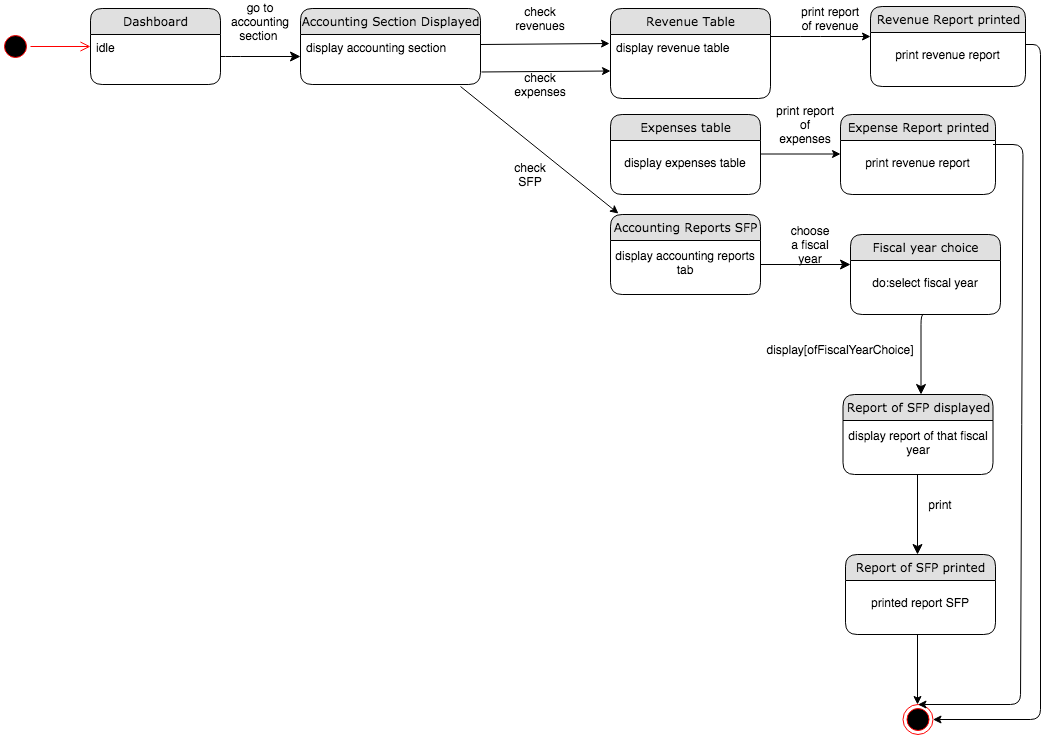
Before: Diagrams/State Chart Diagrams FINAL/ST_21_22_24_25 VIEW PRINT REVENUES,EXPENSE,ACCOUNTING REPORTS.png, a diagram exported from draw.io (kkasharaj17/SE-project). Source tidied: cells renumbered, new cells last; positions are measured from the earlier drawing's top-left corner, leaving out a move shared by most shapes.
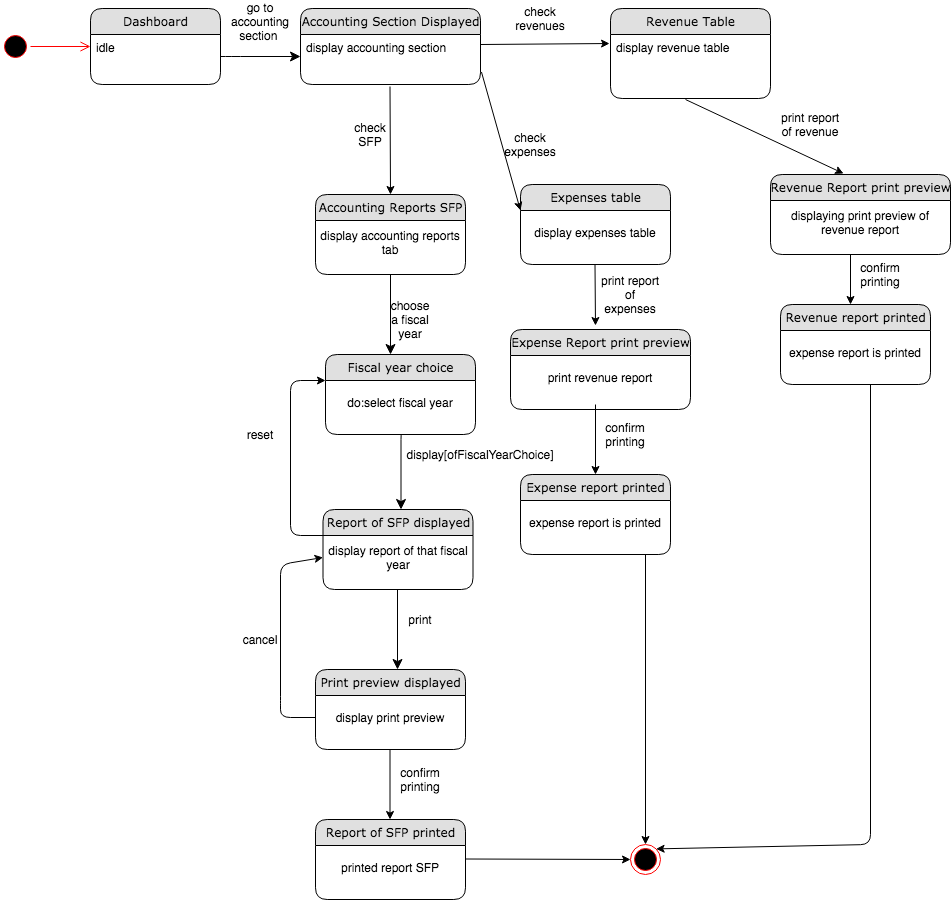
After the commit.

Change to the diagram source:
```diff
@@ -31,10 +31,4 @@
     </mxCell>
-    <mxCell id="8" style="endArrow=classic;html=1;" parent="1" edge="1">
-      <mxGeometry relative="1" as="geometry">
-        <mxPoint x="770" y="30" as="sourcePoint" />
-        <mxPoint x="870" y="30" as="targetPoint" />
-        <Array as="points">
-          <mxPoint x="810" y="30" />
-        </Array>
-      </mxGeometry>
+    <mxCell id="8" style="endArrow=classic;html=1;entryX=0.406;entryY=-0.012;entryDx=0;entryDy=0;entryPerimeter=0;exitX=0.469;exitY=1.016;exitDx=0;exitDy=0;exitPerimeter=0;" parent="1" edge="1" source="14" target="28">
+      <mxGeometry relative="1" as="geometry" />
     </mxCell>
@@ -58,11 +52,22 @@
     </mxCell>
+    <mxCell id="23" value="Expenses table" style="swimlane;html=1;fontStyle=0;horizontal=1;startSize=26;fillColor=#e0e0e0;swimlaneFillColor=#ffffff;align=center;rounded=1;shadow=0;comic=0;labelBackgroundColor=none;strokeWidth=1;fontFamily=Verdana;fontSize=12;" parent="1" vertex="1">
+      <mxGeometry x="520" y="178" width="150" height="80" as="geometry" />
+    </mxCell>
+    <mxCell id="24" value="display expenses table" style="text;html=1;strokeColor=none;fillColor=none;align=center;verticalAlign=middle;whiteSpace=wrap;rounded=0;" parent="23" vertex="1">
+      <mxGeometry y="26" width="150" height="44" as="geometry" />
+    </mxCell>
+    <mxCell id="28" value="Revenue Report print preview" style="swimlane;html=1;fontStyle=0;horizontal=1;startSize=26;fillColor=#e0e0e0;swimlaneFillColor=#ffffff;align=center;rounded=1;shadow=0;comic=0;labelBackgroundColor=none;strokeWidth=1;fontFamily=Verdana;fontSize=12;" parent="1" vertex="1">
+      <mxGeometry x="770" y="168" width="180" height="80" as="geometry" />
+    </mxCell>
+    <mxCell id="46" value="displaying print preview of revenue report" style="text;html=1;strokeColor=none;fillColor=none;align=center;verticalAlign=middle;whiteSpace=wrap;rounded=0;" parent="28" vertex="1">
+      <mxGeometry y="26" width="180" height="44" as="geometry" />
+    </mxCell>
     <mxCell id="15" style="ellipse;html=1;shape=endState;fillColor=#000000;strokeColor=#ff0000;" parent="1" vertex="1">
-      <mxGeometry x="902.5" y="698" width="30" height="30" as="geometry" />
+      <mxGeometry x="630" y="838" width="30" height="30" as="geometry" />
     </mxCell>
-    <mxCell id="16" style="edgeStyle=orthogonalEdgeStyle;html=1;labelBackgroundColor=none;startFill=0;startSize=8;endFill=1;endSize=8;fontFamily=Verdana;fontSize=12;" parent="1" edge="1">
+    <mxCell id="16" style="edgeStyle=orthogonalEdgeStyle;html=1;labelBackgroundColor=none;startFill=0;startSize=8;endFill=1;endSize=8;fontFamily=Verdana;fontSize=12;exitX=0.5;exitY=1;exitDx=0;exitDy=0;" parent="1" edge="1" source="25">
       <mxGeometry relative="1" as="geometry">
-        <mxPoint x="760" y="258" as="sourcePoint" />
-        <mxPoint x="850" y="258" as="targetPoint" />
+        <mxPoint x="390" y="348" as="targetPoint" />
         <Array as="points">
-          <mxPoint x="760" y="258" />
+          <mxPoint x="390" y="348" />
         </Array>
@@ -71,3 +76,3 @@
     <mxCell id="17" value="print report of revenue" style="text;html=1;strokeColor=none;fillColor=none;align=center;verticalAlign=middle;whiteSpace=wrap;rounded=0;" parent="1" vertex="1">
-      <mxGeometry x="800" y="2" width="60" height="20" as="geometry" />
+      <mxGeometry x="780" y="108" width="60" height="20" as="geometry" />
     </mxCell>
@@ -75,4 +80,4 @@
       <mxGeometry relative="1" as="geometry">
-        <mxPoint x="760" y="147.5" as="sourcePoint" />
-        <mxPoint x="840" y="147.5" as="targetPoint" />
+        <mxPoint x="594.5" y="258" as="sourcePoint" />
+        <mxPoint x="595" y="319" as="targetPoint" />
       </mxGeometry>
@@ -81,6 +86,6 @@
       <mxGeometry relative="1" as="geometry">
-        <mxPoint x="917" y="498" as="sourcePoint" />
-        <mxPoint x="917" y="548" as="targetPoint" />
+        <mxPoint x="397" y="613" as="sourcePoint" />
+        <mxPoint x="397" y="663" as="targetPoint" />
         <Array as="points">
-          <mxPoint x="917" y="458" />
+          <mxPoint x="397" y="573" />
         </Array>
@@ -89,53 +94,22 @@
     <mxCell id="20" value="choose a fiscal year" style="text;html=1;strokeColor=none;fillColor=none;align=center;verticalAlign=middle;whiteSpace=wrap;rounded=0;" parent="1" vertex="1">
-      <mxGeometry x="790" y="228" width="40" height="20" as="geometry" />
+      <mxGeometry x="390" y="303" width="40" height="20" as="geometry" />
     </mxCell>
     <mxCell id="21" value="check expenses" style="text;html=1;strokeColor=none;fillColor=none;align=center;verticalAlign=middle;whiteSpace=wrap;rounded=0;" parent="1" vertex="1">
-      <mxGeometry x="520" y="68" width="40" height="20" as="geometry" />
+      <mxGeometry x="510" y="128" width="40" height="20" as="geometry" />
     </mxCell>
-    <mxCell id="22" style="endArrow=classic;html=1;entryX=-0.006;entryY=0.141;entryDx=0;entryDy=0;entryPerimeter=0;" parent="1" edge="1">
+    <mxCell id="22" style="endArrow=classic;html=1;entryX=0;entryY=0;entryDx=0;entryDy=0;" parent="1" edge="1" target="24">
       <mxGeometry relative="1" as="geometry">
         <mxPoint x="481" y="65.5" as="sourcePoint" />
-        <mxPoint x="610" y="64.5" as="targetPoint" />
       </mxGeometry>
     </mxCell>
-    <mxCell id="23" value="Expenses table" style="swimlane;html=1;fontStyle=0;horizontal=1;startSize=26;fillColor=#e0e0e0;swimlaneFillColor=#ffffff;align=center;rounded=1;shadow=0;comic=0;labelBackgroundColor=none;strokeWidth=1;fontFamily=Verdana;fontSize=12;" parent="1" vertex="1">
-      <mxGeometry x="610" y="108" width="150" height="80" as="geometry" />
-    </mxCell>
-    <mxCell id="24" value="display expenses table" style="text;html=1;strokeColor=none;fillColor=none;align=center;verticalAlign=middle;whiteSpace=wrap;rounded=0;" parent="23" vertex="1">
-      <mxGeometry y="26" width="150" height="44" as="geometry" />
-    </mxCell>
-    <mxCell id="25" value="Accounting Reports SFP" style="swimlane;html=1;fontStyle=0;horizontal=1;startSize=26;fillColor=#e0e0e0;swimlaneFillColor=#ffffff;align=center;rounded=1;shadow=0;comic=0;labelBackgroundColor=none;strokeWidth=1;fontFamily=Verdana;fontSize=12;" parent="1" vertex="1">
-      <mxGeometry x="610" y="208" width="150" height="80" as="geometry" />
-    </mxCell>
-    <mxCell id="26" value="display accounting reports tab" style="text;html=1;strokeColor=none;fillColor=none;align=center;verticalAlign=middle;whiteSpace=wrap;rounded=0;" parent="25" vertex="1">
-      <mxGeometry y="26" width="150" height="44" as="geometry" />
-    </mxCell>
     <mxCell id="27" value="print report of expenses" style="text;html=1;strokeColor=none;fillColor=none;align=center;verticalAlign=middle;whiteSpace=wrap;rounded=0;" parent="1" vertex="1">
-      <mxGeometry x="775" y="108" width="60" height="20" as="geometry" />
+      <mxGeometry x="600" y="278" width="60" height="20" as="geometry" />
     </mxCell>
-    <mxCell id="28" value="Revenue Report printed" style="swimlane;html=1;fontStyle=0;horizontal=1;startSize=26;fillColor=#e0e0e0;swimlaneFillColor=#ffffff;align=center;rounded=1;shadow=0;comic=0;labelBackgroundColor=none;strokeWidth=1;fontFamily=Verdana;fontSize=12;" parent="1" vertex="1">
-      <mxGeometry x="870" width="155" height="80" as="geometry" />
-    </mxCell>
-    <mxCell id="29" value="print revenue report" style="text;html=1;strokeColor=none;fillColor=none;align=center;verticalAlign=middle;whiteSpace=wrap;rounded=0;" parent="28" vertex="1">
-      <mxGeometry y="26" width="155" height="44" as="geometry" />
-    </mxCell>
-    <mxCell id="30" value="Expense Report printed" style="swimlane;html=1;fontStyle=0;horizontal=1;startSize=26;fillColor=#e0e0e0;swimlaneFillColor=#ffffff;align=center;rounded=1;shadow=0;comic=0;labelBackgroundColor=none;strokeWidth=1;fontFamily=Verdana;fontSize=12;" parent="1" vertex="1">
-      <mxGeometry x="840" y="108" width="155" height="80" as="geometry" />
-    </mxCell>
-    <mxCell id="31" value="print revenue report" style="text;html=1;strokeColor=none;fillColor=none;align=center;verticalAlign=middle;whiteSpace=wrap;rounded=0;" parent="30" vertex="1">
-      <mxGeometry y="26" width="155" height="44" as="geometry" />
-    </mxCell>
-    <mxCell id="32" value="Fiscal year choice" style="swimlane;html=1;fontStyle=0;horizontal=1;startSize=26;fillColor=#e0e0e0;swimlaneFillColor=#ffffff;align=center;rounded=1;shadow=0;comic=0;labelBackgroundColor=none;strokeWidth=1;fontFamily=Verdana;fontSize=12;" parent="1" vertex="1">
-      <mxGeometry x="850" y="228" width="150" height="80" as="geometry" />
-    </mxCell>
-    <mxCell id="33" value="do:select fiscal year" style="text;html=1;strokeColor=none;fillColor=none;align=center;verticalAlign=middle;whiteSpace=wrap;rounded=0;" parent="32" vertex="1">
-      <mxGeometry y="26" width="150" height="44" as="geometry" />
-    </mxCell>
     <mxCell id="34" style="edgeStyle=orthogonalEdgeStyle;html=1;labelBackgroundColor=none;startFill=0;startSize=8;endFill=1;endSize=8;fontFamily=Verdana;fontSize=12;" parent="1" edge="1">
       <mxGeometry relative="1" as="geometry">
-        <mxPoint x="920" y="308" as="sourcePoint" />
-        <mxPoint x="920.5" y="388" as="targetPoint" />
+        <mxPoint x="400" y="423" as="sourcePoint" />
+        <mxPoint x="400.5" y="503" as="targetPoint" />
         <Array as="points">
-          <mxPoint x="930" y="308" />
-          <mxPoint x="930" y="308" />
+          <mxPoint x="410" y="423" />
+          <mxPoint x="410" y="423" />
         </Array>
@@ -144,22 +118,10 @@
     <mxCell id="35" value="display[ofFiscalYearChoice]" style="text;html=1;strokeColor=none;fillColor=none;align=center;verticalAlign=middle;whiteSpace=wrap;rounded=0;" parent="1" vertex="1">
-      <mxGeometry x="820" y="333" width="40" height="20" as="geometry" />
+      <mxGeometry x="460" y="438" width="40" height="20" as="geometry" />
     </mxCell>
-    <mxCell id="36" value="Report of SFP displayed" style="swimlane;html=1;fontStyle=0;horizontal=1;startSize=26;fillColor=#e0e0e0;swimlaneFillColor=#ffffff;align=center;rounded=1;shadow=0;comic=0;labelBackgroundColor=none;strokeWidth=1;fontFamily=Verdana;fontSize=12;" parent="1" vertex="1">
-      <mxGeometry x="842.5" y="388" width="150" height="80" as="geometry" />
-    </mxCell>
-    <mxCell id="37" value="display report of that fiscal year" style="text;html=1;strokeColor=none;fillColor=none;align=center;verticalAlign=middle;whiteSpace=wrap;rounded=0;" parent="36" vertex="1">
-      <mxGeometry y="26" width="150" height="44" as="geometry" />
-    </mxCell>
     <mxCell id="38" value="print" style="text;html=1;strokeColor=none;fillColor=none;align=center;verticalAlign=middle;whiteSpace=wrap;rounded=0;" parent="1" vertex="1">
-      <mxGeometry x="920" y="488" width="40" height="20" as="geometry" />
+      <mxGeometry x="400" y="603" width="40" height="20" as="geometry" />
     </mxCell>
-    <mxCell id="39" value="Report of SFP printed" style="swimlane;html=1;fontStyle=0;horizontal=1;startSize=26;fillColor=#e0e0e0;swimlaneFillColor=#ffffff;align=center;rounded=1;shadow=0;comic=0;labelBackgroundColor=none;strokeWidth=1;fontFamily=Verdana;fontSize=12;" parent="1" vertex="1">
-      <mxGeometry x="845" y="548" width="150" height="80" as="geometry" />
-    </mxCell>
-    <mxCell id="40" value="printed report SFP" style="text;html=1;strokeColor=none;fillColor=none;align=center;verticalAlign=middle;whiteSpace=wrap;rounded=0;" parent="39" vertex="1">
-      <mxGeometry y="26" width="150" height="44" as="geometry" />
-    </mxCell>
-    <mxCell id="41" style="endArrow=classic;html=1;entryX=0.053;entryY=-0.012;entryDx=0;entryDy=0;entryPerimeter=0;" parent="1" edge="1" target="25">
+    <mxCell id="41" style="endArrow=classic;html=1;entryX=0.5;entryY=0;entryDx=0;entryDy=0;" parent="1" edge="1" target="25">
       <mxGeometry relative="1" as="geometry">
-        <mxPoint x="460" y="80" as="sourcePoint" />
+        <mxPoint x="389.5" y="80" as="sourcePoint" />
       </mxGeometry>
@@ -167,3 +129,3 @@
     <mxCell id="42" value="check SFP" style="text;html=1;strokeColor=none;fillColor=none;align=center;verticalAlign=middle;whiteSpace=wrap;rounded=0;" parent="1" vertex="1">
-      <mxGeometry x="510" y="158" width="40" height="20" as="geometry" />
+      <mxGeometry x="350" y="118" width="40" height="20" as="geometry" />
     </mxCell>
@@ -171,24 +133,116 @@
       <mxGeometry relative="1" as="geometry">
-        <mxPoint x="917" y="628" as="sourcePoint" />
-        <mxPoint x="917" y="698" as="targetPoint" />
+        <mxPoint x="389.5" y="743" as="sourcePoint" />
+        <mxPoint x="389.5" y="813" as="targetPoint" />
       </mxGeometry>
     </mxCell>
-    <mxCell id="44" style="endArrow=classic;html=1;entryX=1;entryY=0.5;entryDx=0;entryDy=0;" parent="1" edge="1" target="15">
-      <mxGeometry relative="1" as="geometry">
-        <mxPoint x="1025" y="38" as="sourcePoint" />
-        <Array as="points">
-          <mxPoint x="1040" y="38" />
-          <mxPoint x="1040" y="713" />
-        </Array>
-      </mxGeometry>
-    </mxCell>
-    <mxCell id="45" style="endArrow=classic;html=1;entryX=0.5;entryY=0;entryDx=0;entryDy=0;" parent="1" edge="1" target="15">
-      <mxGeometry relative="1" as="geometry">
-        <mxPoint x="992.5" y="138" as="sourcePoint" />
-        <Array as="points">
-          <mxPoint x="1022.5" y="138" />
-          <mxPoint x="1020" y="698" />
-        </Array>
-      </mxGeometry>
-    </mxCell>
+    <mxCell id="47" value="confirm printing" style="text;html=1;strokeColor=none;fillColor=none;align=center;verticalAlign=middle;whiteSpace=wrap;rounded=0;" parent="1" vertex="1">
+      <mxGeometry x="400" y="763" width="40" height="20" as="geometry" />
+    </mxCell>
+    <mxCell id="36" value="Report of SFP displayed" style="swimlane;html=1;fontStyle=0;horizontal=1;startSize=26;fillColor=#e0e0e0;swimlaneFillColor=#ffffff;align=center;rounded=1;shadow=0;comic=0;labelBackgroundColor=none;strokeWidth=1;fontFamily=Verdana;fontSize=12;" parent="1" vertex="1">
+      <mxGeometry x="322.5" y="503" width="150" height="80" as="geometry" />
+    </mxCell>
+    <mxCell id="37" value="display report of that fiscal year" style="text;html=1;strokeColor=none;fillColor=none;align=center;verticalAlign=middle;whiteSpace=wrap;rounded=0;" parent="36" vertex="1">
+      <mxGeometry y="26" width="150" height="44" as="geometry" />
+    </mxCell>
+    <mxCell id="48" value="Print preview displayed" style="swimlane;html=1;fontStyle=0;horizontal=1;startSize=26;fillColor=#e0e0e0;swimlaneFillColor=#ffffff;align=center;rounded=1;shadow=0;comic=0;labelBackgroundColor=none;strokeWidth=1;fontFamily=Verdana;fontSize=12;" parent="1" vertex="1">
+      <mxGeometry x="315" y="663" width="150" height="80" as="geometry" />
+    </mxCell>
+    <mxCell id="49" value="display print preview" style="text;html=1;strokeColor=none;fillColor=none;align=center;verticalAlign=middle;whiteSpace=wrap;rounded=0;" parent="48" vertex="1">
+      <mxGeometry y="26" width="150" height="44" as="geometry" />
+    </mxCell>
+    <mxCell id="32" value="Fiscal year choice" style="swimlane;html=1;fontStyle=0;horizontal=1;startSize=26;fillColor=#e0e0e0;swimlaneFillColor=#ffffff;align=center;rounded=1;shadow=0;comic=0;labelBackgroundColor=none;strokeWidth=1;fontFamily=Verdana;fontSize=12;" parent="1" vertex="1">
+      <mxGeometry x="325" y="348" width="150" height="80" as="geometry" />
+    </mxCell>
+    <mxCell id="33" value="do:select fiscal year" style="text;html=1;strokeColor=none;fillColor=none;align=center;verticalAlign=middle;whiteSpace=wrap;rounded=0;" parent="32" vertex="1">
+      <mxGeometry y="26" width="150" height="44" as="geometry" />
+    </mxCell>
+    <mxCell id="25" value="Accounting Reports SFP" style="swimlane;html=1;fontStyle=0;horizontal=1;startSize=26;fillColor=#e0e0e0;swimlaneFillColor=#ffffff;align=center;rounded=1;shadow=0;comic=0;labelBackgroundColor=none;strokeWidth=1;fontFamily=Verdana;fontSize=12;" parent="1" vertex="1">
+      <mxGeometry x="315" y="188" width="150" height="80" as="geometry" />
+    </mxCell>
+    <mxCell id="26" value="display accounting reports tab" style="text;html=1;strokeColor=none;fillColor=none;align=center;verticalAlign=middle;whiteSpace=wrap;rounded=0;" parent="25" vertex="1">
+      <mxGeometry y="26" width="150" height="44" as="geometry" />
+    </mxCell>
+    <mxCell id="39" value="Report of SFP printed" style="swimlane;html=1;fontStyle=0;horizontal=1;startSize=26;fillColor=#e0e0e0;swimlaneFillColor=#ffffff;align=center;rounded=1;shadow=0;comic=0;labelBackgroundColor=none;strokeWidth=1;fontFamily=Verdana;fontSize=12;" parent="1" vertex="1">
+      <mxGeometry x="315" y="813" width="150" height="80" as="geometry" />
+    </mxCell>
+    <mxCell id="40" value="printed report SFP" style="text;html=1;strokeColor=none;fillColor=none;align=center;verticalAlign=middle;whiteSpace=wrap;rounded=0;" parent="39" vertex="1">
+      <mxGeometry y="26" width="150" height="44" as="geometry" />
+    </mxCell>
+    <mxCell id="30" value="Expense Report print preview" style="swimlane;html=1;fontStyle=0;horizontal=1;startSize=26;fillColor=#e0e0e0;swimlaneFillColor=#ffffff;align=center;rounded=1;shadow=0;comic=0;labelBackgroundColor=none;strokeWidth=1;fontFamily=Verdana;fontSize=12;" parent="1" vertex="1">
+      <mxGeometry x="510" y="323" width="180" height="80" as="geometry" />
+    </mxCell>
+    <mxCell id="31" value="print revenue report" style="text;html=1;strokeColor=none;fillColor=none;align=center;verticalAlign=middle;whiteSpace=wrap;rounded=0;" parent="30" vertex="1">
+      <mxGeometry y="26" width="180" height="44" as="geometry" />
+    </mxCell>
+    <mxCell id="50" value="confirm printing" style="text;html=1;strokeColor=none;fillColor=none;align=center;verticalAlign=middle;whiteSpace=wrap;rounded=0;" parent="1" vertex="1">
+      <mxGeometry x="605" y="418" width="40" height="20" as="geometry" />
+    </mxCell>
+    <mxCell id="51" value="Expense report printed" style="swimlane;html=1;fontStyle=0;horizontal=1;startSize=26;fillColor=#e0e0e0;swimlaneFillColor=#ffffff;align=center;rounded=1;shadow=0;comic=0;labelBackgroundColor=none;strokeWidth=1;fontFamily=Verdana;fontSize=12;" parent="1" vertex="1">
+      <mxGeometry x="520" y="468" width="150" height="80" as="geometry" />
+    </mxCell>
+    <mxCell id="52" value="expense report is printed" style="text;html=1;strokeColor=none;fillColor=none;align=center;verticalAlign=middle;whiteSpace=wrap;rounded=0;" parent="51" vertex="1">
+      <mxGeometry y="26" width="150" height="44" as="geometry" />
+    </mxCell>
+    <mxCell id="53" style="endArrow=classic;html=1;" parent="1" edge="1">
+      <mxGeometry relative="1" as="geometry">
+        <mxPoint x="595" y="398" as="sourcePoint" />
+        <mxPoint x="595" y="468" as="targetPoint" />
+      </mxGeometry>
+    </mxCell>
+    <mxCell id="54" value="confirm printing" style="text;html=1;strokeColor=none;fillColor=none;align=center;verticalAlign=middle;whiteSpace=wrap;rounded=0;" parent="1" vertex="1">
+      <mxGeometry x="860" y="258" width="40" height="20" as="geometry" />
+    </mxCell>
+    <mxCell id="55" style="endArrow=classic;html=1;" parent="1" edge="1">
+      <mxGeometry relative="1" as="geometry">
+        <mxPoint x="850" y="248" as="sourcePoint" />
+        <mxPoint x="850" y="298" as="targetPoint" />
+      </mxGeometry>
+    </mxCell>
+    <mxCell id="56" value="Revenue report printed" style="swimlane;html=1;fontStyle=0;horizontal=1;startSize=26;fillColor=#e0e0e0;swimlaneFillColor=#ffffff;align=center;rounded=1;shadow=0;comic=0;labelBackgroundColor=none;strokeWidth=1;fontFamily=Verdana;fontSize=12;" parent="1" vertex="1">
+      <mxGeometry x="780" y="298" width="150" height="80" as="geometry" />
+    </mxCell>
+    <mxCell id="57" value="expense report is printed" style="text;html=1;strokeColor=none;fillColor=none;align=center;verticalAlign=middle;whiteSpace=wrap;rounded=0;" parent="56" vertex="1">
+      <mxGeometry y="26" width="150" height="44" as="geometry" />
+    </mxCell>
+    <mxCell id="58" style="endArrow=classic;html=1;exitX=0;exitY=0;exitDx=0;exitDy=0;entryX=0;entryY=0;entryDx=0;entryDy=0;" parent="1" edge="1" source="37" target="33">
+      <mxGeometry relative="1" as="geometry">
+        <Array as="points">
+          <mxPoint x="290" y="529" />
+          <mxPoint x="290" y="374" />
+        </Array>
+      </mxGeometry>
+    </mxCell>
+    <mxCell id="59" value="reset" style="text;html=1;strokeColor=none;fillColor=none;align=center;verticalAlign=middle;whiteSpace=wrap;rounded=0;" parent="1" vertex="1">
+      <mxGeometry x="240" y="418" width="40" height="20" as="geometry" />
+    </mxCell>
+    <mxCell id="60" style="endArrow=classic;html=1;entryX=0;entryY=0.5;entryDx=0;entryDy=0;" parent="1" edge="1" target="15">
+      <mxGeometry relative="1" as="geometry">
+        <mxPoint x="465" y="852.5" as="sourcePoint" />
+      </mxGeometry>
+    </mxCell>
+    <mxCell id="61" style="endArrow=classic;html=1;entryX=0.5;entryY=0;entryDx=0;entryDy=0;" parent="1" edge="1" target="15">
+      <mxGeometry relative="1" as="geometry">
+        <mxPoint x="645" y="548" as="sourcePoint" />
+      </mxGeometry>
+    </mxCell>
+    <mxCell id="62" style="endArrow=classic;html=1;entryX=1;entryY=0;entryDx=0;entryDy=0;" parent="1" edge="1" target="15">
+      <mxGeometry relative="1" as="geometry">
+        <mxPoint x="870" y="378" as="sourcePoint" />
+        <Array as="points">
+          <mxPoint x="870" y="838" />
+        </Array>
+      </mxGeometry>
+    </mxCell>
+    <mxCell id="63" style="endArrow=classic;html=1;exitX=0;exitY=0.5;exitDx=0;exitDy=0;entryX=0;entryY=0.5;entryDx=0;entryDy=0;" parent="1" edge="1" source="49" target="37">
+      <mxGeometry relative="1" as="geometry">
+        <Array as="points">
+          <mxPoint x="280" y="711" />
+          <mxPoint x="280" y="695.5" />
+          <mxPoint x="280" y="558" />
+        </Array>
+      </mxGeometry>
+    </mxCell>
+    <mxCell id="64" value="cancel" style="text;html=1;strokeColor=none;fillColor=none;align=center;verticalAlign=middle;whiteSpace=wrap;rounded=0;" parent="1" vertex="1">
+      <mxGeometry x="240" y="623" width="40" height="20" as="geometry" />
+    </mxCell>
   </root>
```
